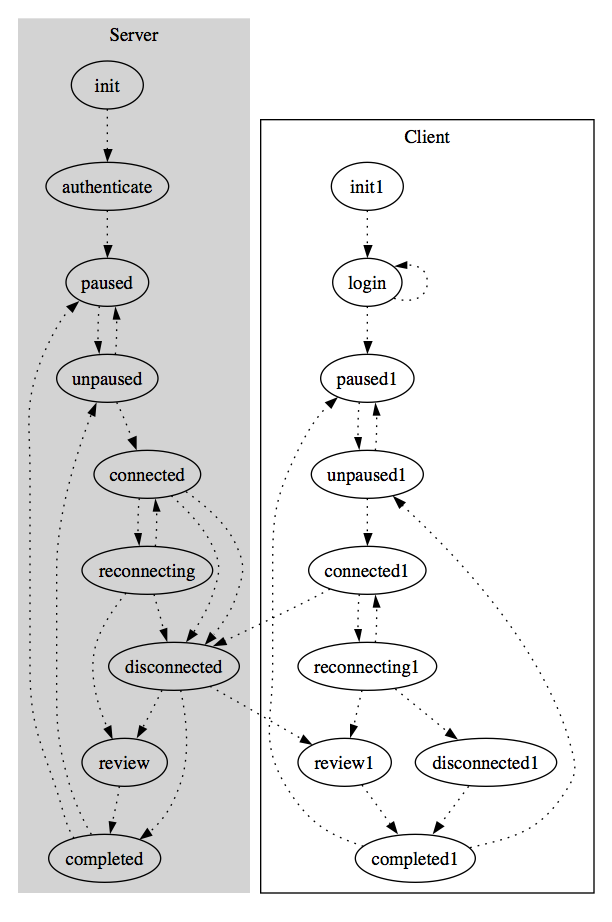
seven1240/trainer-studio-opensource keeps this Graphviz diagram as doc/statemachine.png. Above is the earlier version. Its source is kept beside it as doc/statemachine.dot.
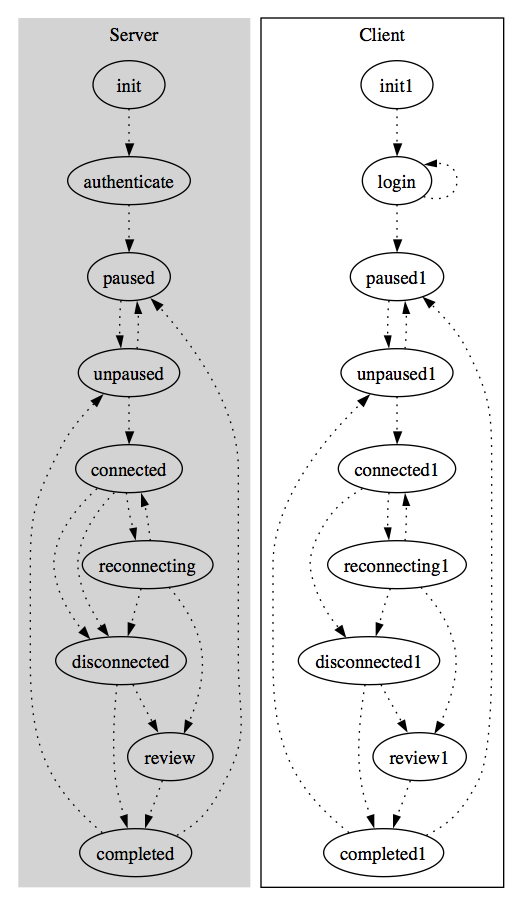
After the change.

The edit, as a diff of the source:
```diff
@@ -22,7 +22,7 @@
 	subgraph cluster1 {
 		label = "Client";
 
-		init1 -> login -> paused1 -> unpaused1 -> connected1 ->  disconnected -> review1 -> completed1;
+		init1 -> login -> paused1 -> unpaused1 -> connected1 ->  disconnected1 -> review1 -> completed1;
 
 		login -> login;
 
```
